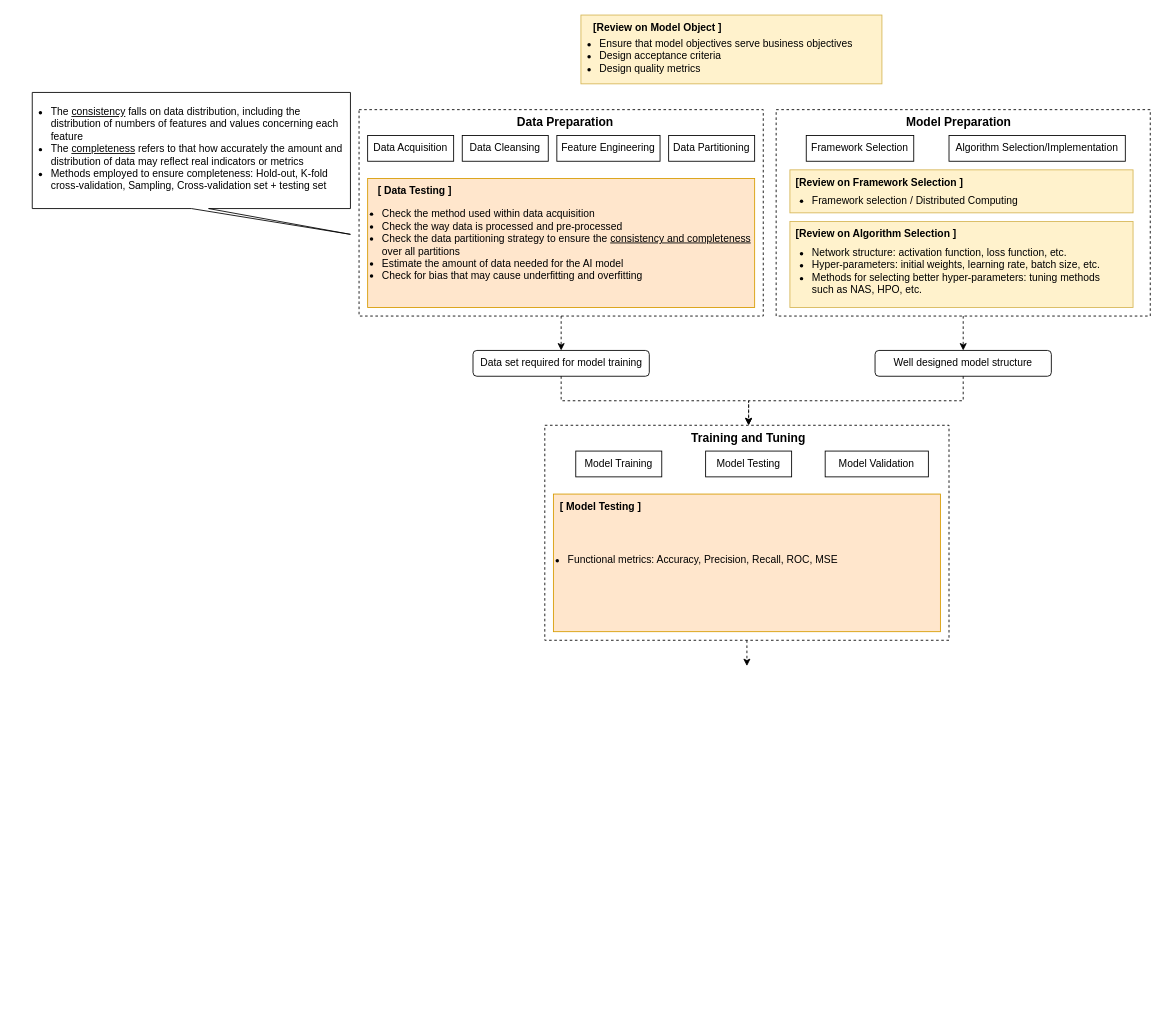
Earlier version of the draw.io diagram AI_system_lifecycle.drawio (herobrine1010/AISEng). Source tidied: cells renumbered, new cells numbered last; positions are measured from the earlier drawing's top-left corner, leaving out a move shared by most shapes. Both pictures are drawn from the tidied source at 86%, with x=0, y=0 at pixel (15, 15).
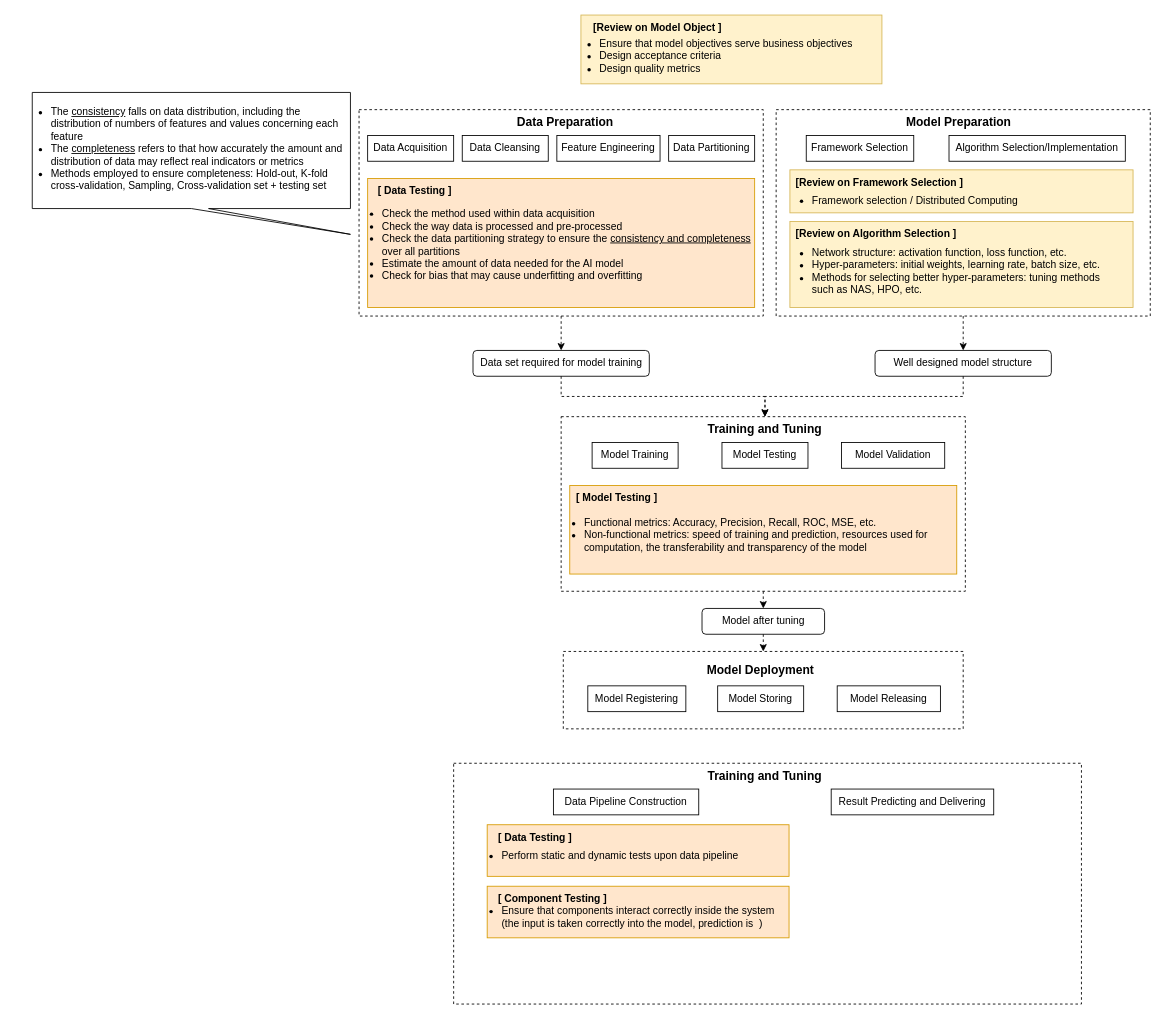
Above is the later version.

Change to the diagram source:
```diff
@@
-    <mxCell id="32" style="edgeStyle=orthogonalEdgeStyle;rounded=0;jettySize=auto;html=1;exitX=0.5;exitY=1;exitDx=0;exitDy=0;entryX=0.5;entryY=0;entryDx=0;entryDy=0;dashed=1;" parent="1" edge="1" source="33">
-      <mxGeometry relative="1" as="geometry">
-        <mxPoint x="851" y="757" as="targetPoint" />
-      </mxGeometry>
+    <mxCell id="32" style="edgeStyle=orthogonalEdgeStyle;rounded=0;jettySize=auto;html=1;exitX=0.5;exitY=1;exitDx=0;exitDy=0;entryX=0.5;entryY=0;entryDx=0;entryDy=0;dashed=1;" parent="1" edge="1" source="33" target="42">
+      <mxGeometry relative="1" as="geometry" />
     </mxCell>
     <mxCell id="33" style="rounded=0;whiteSpace=wrap;html=1;fillColor=none;dashed=1;" parent="1" vertex="1">
-      <mxGeometry x="616" y="477" width="470" height="250" as="geometry" />
+      <mxGeometry x="635" y="467" width="470" height="203" as="geometry" />
     </mxCell>
     <mxCell id="34" value="Training and Tuning" style="text;html=1;strokeColor=none;fillColor=none;align=center;verticalAlign=middle;whiteSpace=wrap;rounded=0;fontStyle=1;fontSize=14;" parent="1" vertex="1">
-      <mxGeometry x="776" y="477" width="154" height="30" as="geometry" />
+      <mxGeometry x="795" y="467" width="154" height="30" as="geometry" />
     </mxCell>
     <mxCell id="35" value="Model Training" style="rounded=0;whiteSpace=wrap;html=1;" parent="1" vertex="1">
-      <mxGeometry x="652" y="507" width="100" height="30" as="geometry" />
+      <mxGeometry x="671" y="497" width="100" height="30" as="geometry" />
     </mxCell>
     <mxCell id="36" value="Model Testing" style="rounded=0;whiteSpace=wrap;html=1;" parent="1" vertex="1">
-      <mxGeometry x="803" y="507" width="100" height="30" as="geometry" />
+      <mxGeometry x="822" y="497" width="100" height="30" as="geometry" />
     </mxCell>
     <mxCell id="37" value="Model Validation" style="rounded=0;whiteSpace=wrap;html=1;" parent="1" vertex="1">
-      <mxGeometry x="942" y="507" width="120" height="30" as="geometry" />
+      <mxGeometry x="961" y="497" width="120" height="30" as="geometry" />
     </mxCell>
     <mxCell id="38" style="rounded=0;whiteSpace=wrap;html=1;fillColor=#ffe6cc;strokeColor=#d79b00;" parent="1" vertex="1">
-      <mxGeometry x="626" y="557" width="450" height="160" as="geometry" />
+      <mxGeometry x="645" y="547" width="450" height="103" as="geometry" />
     </mxCell>
-    <mxCell id="39" value="&lt;ul&gt;&lt;li&gt;Functional metrics: Accuracy, Precision, Recall, ROC, MSE&lt;/li&gt;&lt;/ul&gt;" style="text;html=1;strokeColor=none;fillColor=none;align=left;verticalAlign=middle;whiteSpace=wrap;rounded=0;" parent="1" vertex="1">
-      <mxGeometry x="601" y="569" width="480" height="130" as="geometry" />
+    <mxCell id="39" value="&lt;ul&gt;&lt;li&gt;Functional metrics: Accuracy, Precision, Recall, ROC, MSE, etc.&lt;/li&gt;&lt;li&gt;Non-functional metrics: speed of training and prediction, resources used for computation, the transferability and&amp;nbsp;transparency of the model&lt;/li&gt;&lt;/ul&gt;" style="text;html=1;strokeColor=none;fillColor=none;align=left;verticalAlign=middle;whiteSpace=wrap;rounded=0;" parent="1" vertex="1">
+      <mxGeometry x="620" y="559" width="480" height="91" as="geometry" />
     </mxCell>
     <mxCell id="40" value="[ Model Testing ]" style="text;html=1;strokeColor=none;fillColor=none;align=center;verticalAlign=middle;whiteSpace=wrap;rounded=0;fontStyle=1;" parent="1" vertex="1">
-      <mxGeometry x="606" y="557" width="150" height="30" as="geometry" />
+      <mxGeometry x="625" y="547" width="150" height="30" as="geometry" />
     </mxCell>
+    <mxCell id="41" style="edgeStyle=orthogonalEdgeStyle;rounded=0;jettySize=auto;html=1;exitX=0.5;exitY=1;exitDx=0;exitDy=0;entryX=0.5;entryY=0;entryDx=0;entryDy=0;dashed=1;" parent="1" edge="1" source="42" target="43">
+      <mxGeometry relative="1" as="geometry" />
+    </mxCell>
+    <mxCell id="42" value="Model after tuning" style="rounded=1;whiteSpace=wrap;html=1;fillColor=none;" parent="1" vertex="1">
+      <mxGeometry x="798.8" y="690" width="142.5" height="30" as="geometry" />
+    </mxCell>
+    <mxCell id="43" style="rounded=0;whiteSpace=wrap;html=1;fillColor=none;dashed=1;" parent="1" vertex="1">
+      <mxGeometry x="637.5" y="740" width="465" height="90" as="geometry" />
+    </mxCell>
+    <mxCell id="44" value="Model Deployment" style="text;html=1;strokeColor=none;fillColor=none;align=center;verticalAlign=middle;whiteSpace=wrap;rounded=0;fontStyle=1;fontSize=14;" parent="1" vertex="1">
+      <mxGeometry x="790" y="747" width="154" height="30" as="geometry" />
+    </mxCell>
+    <mxCell id="45" value="Model Registering" style="rounded=0;whiteSpace=wrap;html=1;" parent="1" vertex="1">
+      <mxGeometry x="666" y="780" width="114" height="30" as="geometry" />
+    </mxCell>
+    <mxCell id="46" value="Model Storing" style="rounded=0;whiteSpace=wrap;html=1;" parent="1" vertex="1">
+      <mxGeometry x="817" y="780" width="100" height="30" as="geometry" />
+    </mxCell>
+    <mxCell id="47" value="Model Releasing" style="rounded=0;whiteSpace=wrap;html=1;" parent="1" vertex="1">
+      <mxGeometry x="956" y="780" width="120" height="30" as="geometry" />
+    </mxCell>
+    <mxCell id="48" style="rounded=0;whiteSpace=wrap;html=1;fillColor=none;dashed=1;" parent="1" vertex="1">
+      <mxGeometry x="510" y="870" width="730" height="280" as="geometry" />
+    </mxCell>
+    <mxCell id="49" value="Training and Tuning" style="text;html=1;strokeColor=none;fillColor=none;align=center;verticalAlign=middle;whiteSpace=wrap;rounded=0;fontStyle=1;fontSize=14;" parent="1" vertex="1">
+      <mxGeometry x="795" y="870" width="154" height="30" as="geometry" />
+    </mxCell>
+    <mxCell id="50" value="Data Pipeline Construction" style="rounded=0;whiteSpace=wrap;html=1;" parent="1" vertex="1">
+      <mxGeometry x="626" y="900" width="169" height="30" as="geometry" />
+    </mxCell>
+    <mxCell id="51" value="Result Predicting and Delivering" style="rounded=0;whiteSpace=wrap;html=1;" parent="1" vertex="1">
+      <mxGeometry x="949" y="900" width="189" height="30" as="geometry" />
+    </mxCell>
+    <mxCell id="52" style="rounded=0;whiteSpace=wrap;html=1;fillColor=#ffe6cc;strokeColor=#d79b00;" parent="1" vertex="1">
+      <mxGeometry x="549" y="941.5" width="351" height="60" as="geometry" />
+    </mxCell>
+    <mxCell id="53" value="&lt;ul&gt;&lt;li&gt;Perform static and dynamic tests upon data pipeline&lt;/li&gt;&lt;/ul&gt;" style="text;html=1;strokeColor=none;fillColor=none;align=left;verticalAlign=middle;whiteSpace=wrap;rounded=0;" parent="1" vertex="1">
+      <mxGeometry x="524" y="953.5" width="420" height="48" as="geometry" />
+    </mxCell>
+    <mxCell id="54" value="[ Data Testing ]" style="text;html=1;strokeColor=none;fillColor=none;align=left;verticalAlign=middle;whiteSpace=wrap;rounded=0;fontStyle=1;" parent="1" vertex="1">
+      <mxGeometry x="560" y="941.5" width="150" height="30" as="geometry" />
+    </mxCell>
+    <mxCell id="55" style="rounded=0;whiteSpace=wrap;html=1;fillColor=#ffe6cc;strokeColor=#d79b00;" parent="1" vertex="1">
+      <mxGeometry x="549" y="1013" width="351" height="60" as="geometry" />
+    </mxCell>
+    <mxCell id="56" value="&lt;ul&gt;&lt;li&gt;Ensure that components interact correctly inside the system (the input is taken correctly into the model, prediction is&amp;nbsp; )&lt;/li&gt;&lt;/ul&gt;" style="text;html=1;strokeColor=none;fillColor=none;align=left;verticalAlign=middle;whiteSpace=wrap;rounded=0;" parent="1" vertex="1">
+      <mxGeometry x="524" y="1025" width="376" height="48" as="geometry" />
+    </mxCell>
+    <mxCell id="57" value="[ Component Testing ]" style="text;html=1;strokeColor=none;fillColor=none;align=left;verticalAlign=middle;whiteSpace=wrap;rounded=0;fontStyle=1;" parent="1" vertex="1">
+      <mxGeometry x="560" y="1013" width="150" height="30" as="geometry" />
+    </mxCell>
```
